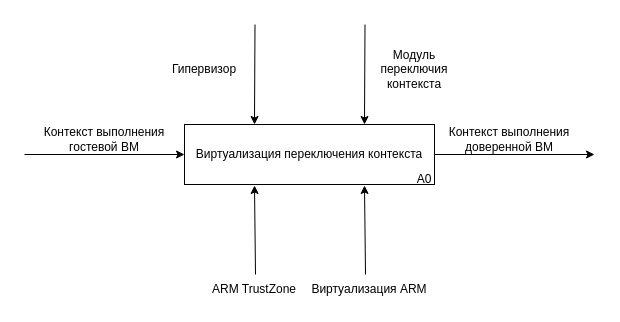
mRrvz/bmstu-masters-diploma keeps this draw.io diagram as page "Page-1" (1 of 2) of docs/drawio/idef0-context-switch.drawio. Above is the earlier version. Source tidied: cells renumbered, new cells numbered last; positions are measured from the earlier drawing's top-left corner, leaving out a move shared by most shapes. Both pictures are drawn from the tidied source at 100%, with x=0, y=0 at pixel (24, 24).
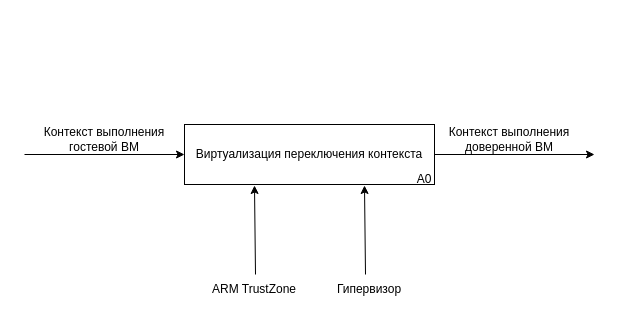
The same diagram, later.

Diff of the diagram source:
```diff
@@
-    <mxCell id="5" value="Модуль переключия контекста" style="text;html=1;align=center;verticalAlign=middle;whiteSpace=wrap;rounded=0;" parent="1" vertex="1">
-      <mxGeometry x="340" y="30" width="100" height="30" as="geometry" />
-    </mxCell>
-    <mxCell id="6" style="endArrow=classic;html=1;rounded=0;entryX=0.75;entryY=0;entryDx=0;entryDy=0;" parent="1" edge="1">
-      <mxGeometry relative="1" as="geometry">
-        <mxPoint x="340.5" as="sourcePoint" />
-        <mxPoint x="340" y="100" as="targetPoint" />
-      </mxGeometry>
-    </mxCell>
@@
-    <mxCell id="12" style="endArrow=classic;html=1;rounded=0;entryX=0.75;entryY=0;entryDx=0;entryDy=0;" parent="1" edge="1">
-      <mxGeometry relative="1" as="geometry">
-        <mxPoint x="230.5" as="sourcePoint" />
-        <mxPoint x="230" y="100" as="targetPoint" />
-      </mxGeometry>
-    </mxCell>
-    <mxCell id="13" value="Гипервизор" style="text;html=1;align=center;verticalAlign=middle;whiteSpace=wrap;rounded=0;" parent="1" vertex="1">
-      <mxGeometry x="130" y="30" width="100" height="30" as="geometry" />
-    </mxCell>
@@
-    <mxCell id="15" value="Виртуализация ARM" style="text;html=1;align=center;verticalAlign=middle;whiteSpace=wrap;rounded=0;" parent="1" vertex="1">
+    <mxCell id="15" value="Гипервизор" style="text;html=1;align=center;verticalAlign=middle;whiteSpace=wrap;rounded=0;" parent="1" vertex="1">
       <mxGeometry x="280" y="250" width="130" height="30" as="geometry" />
     </mxCell>
```
